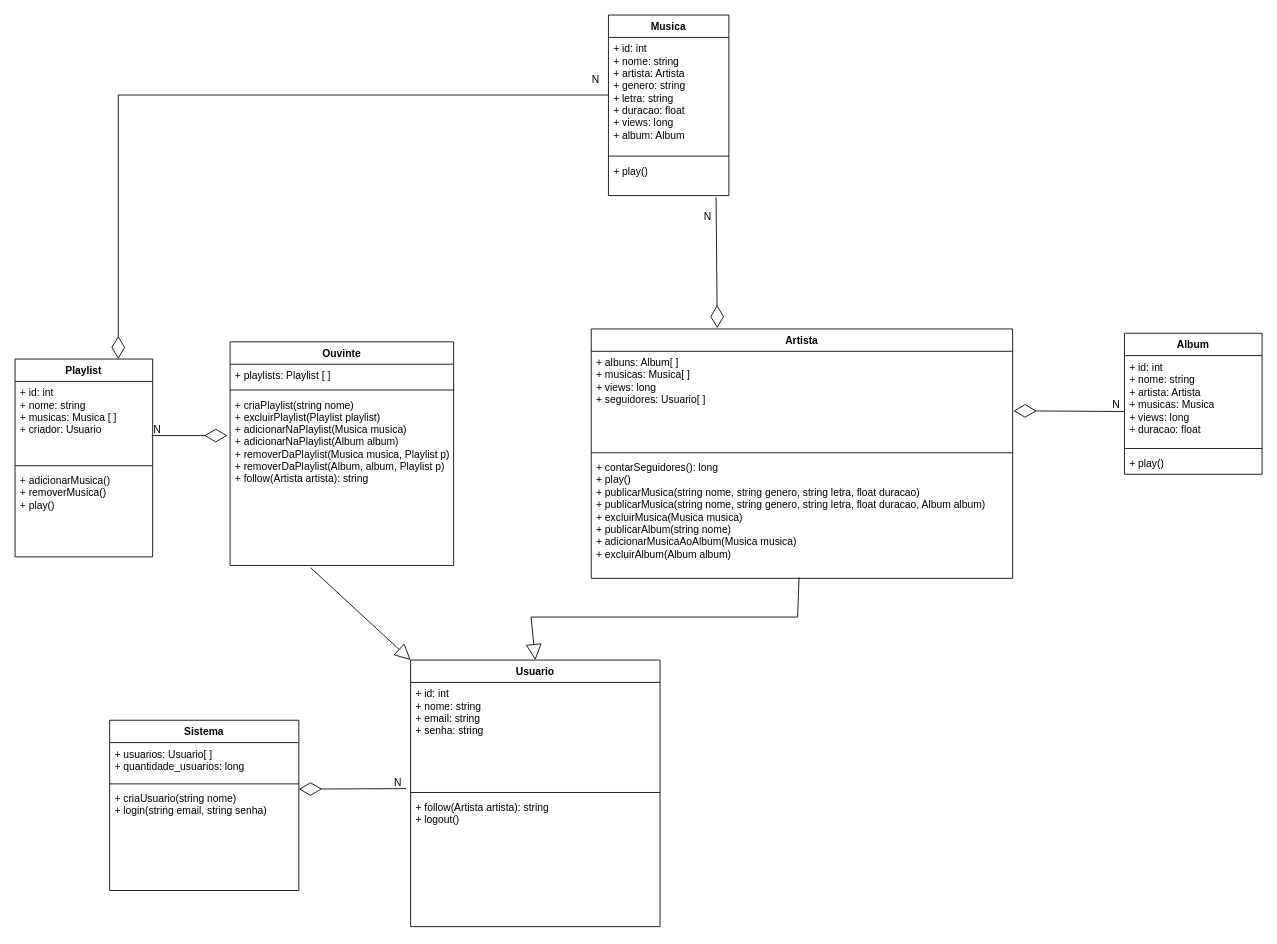
Before: TP-PDS2.drawio in bbiancalopess/TP2_biblioteca_de_musica, a draw.io diagram. Source tidied: cells renumbered, new cells numbered last; positions are measured from the earlier drawing's top-left corner, leaving out a move shared by most shapes. Both pictures are drawn from the tidied source at 86%, with x=0, y=0 at pixel (15, 15).
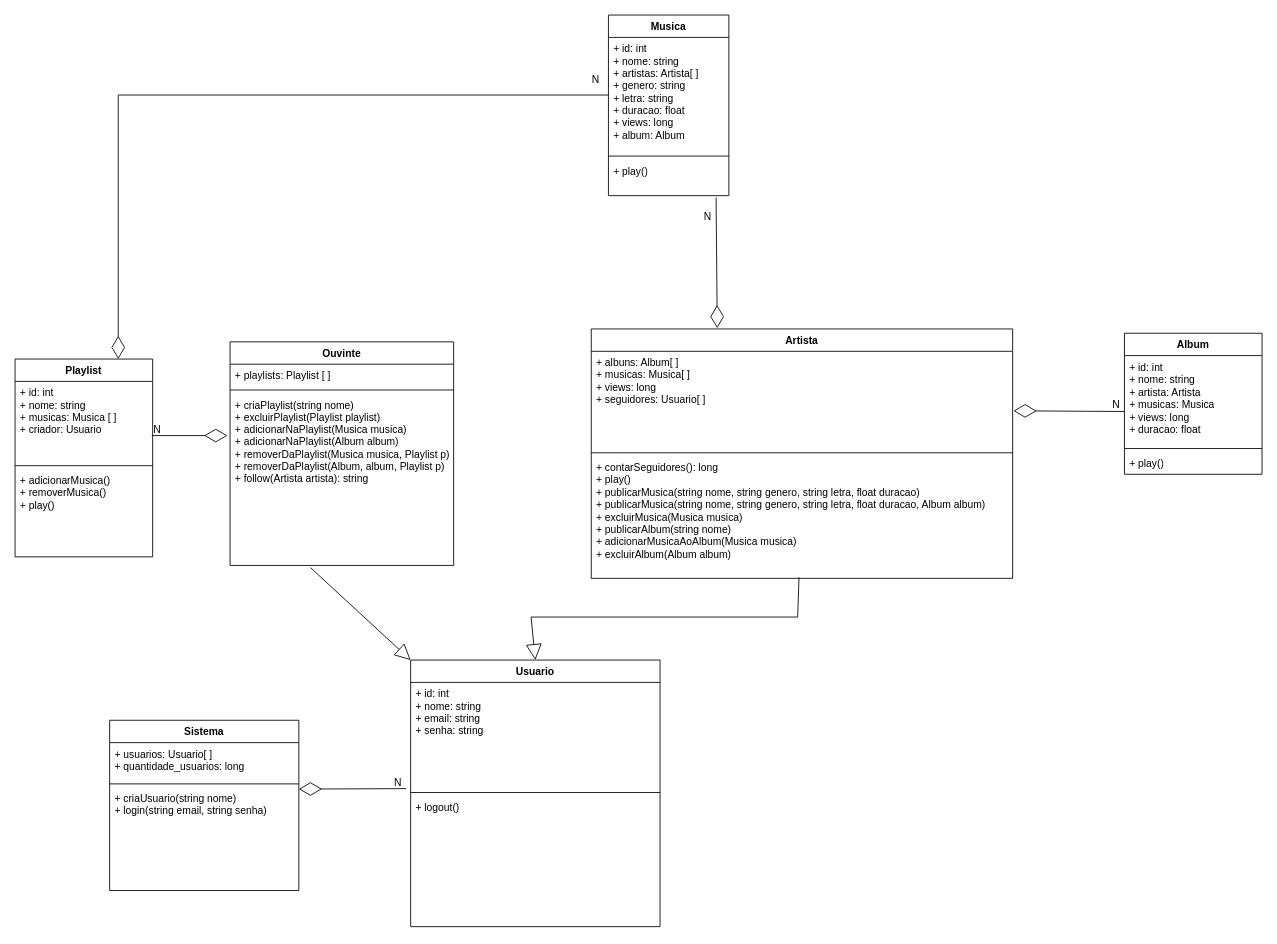
The same page after the edit.

Unchanged cells that the change refers to:
```xml
<mxCell id="2" value="Musica" style="swimlane;fontStyle=1;align=center;verticalAlign=top;horizontal=1;startSize=26;whiteSpace=wrap;html=1;" parent="1" vertex="1">
  <mxGeometry x="690" width="140" height="210" as="geometry" />
</mxCell>
<mxCell id="10" value="Usuario" style="swimlane;fontStyle=1;align=center;verticalAlign=top;horizontal=1;startSize=26;whiteSpace=wrap;html=1;" parent="1" vertex="1">
  <mxGeometry x="460" y="750" width="290" height="310" as="geometry" />
</mxCell>
```

Diff of the diagram source:
```diff
@@
-    <mxCell id="3" value="+ id: int&lt;br&gt;+ nome: string&lt;br&gt;+ artista: Artista&lt;br&gt;+ genero: string&lt;br&gt;+ letra: string&lt;div&gt;+ duracao: float&lt;br&gt;+ views: long&lt;br&gt;+ album: Album&lt;/div&gt;" style="text;strokeColor=none;fillColor=none;align=left;verticalAlign=top;spacingLeft=4;spacingRight=4;overflow=hidden;points=[[0,0.5],[1,0.5]];portConstraint=eastwest;whiteSpace=wrap;html=1;" parent="2" vertex="1">
+    <mxCell id="3" value="+ id: int&lt;br&gt;+ nome: string&lt;br&gt;+ artistas: Artista[ ]&lt;br&gt;+ genero: string&lt;br&gt;+ letra: string&lt;div&gt;+ duracao: float&lt;br&gt;+ views: long&lt;br&gt;+ album: Album&lt;/div&gt;" style="text;strokeColor=none;fillColor=none;align=left;verticalAlign=top;spacingLeft=4;spacingRight=4;overflow=hidden;points=[[0,0.5],[1,0.5]];portConstraint=eastwest;whiteSpace=wrap;html=1;" parent="2" vertex="1">
       <mxGeometry y="26" width="140" height="134" as="geometry" />
     </mxCell>
@@
-    <mxCell id="13" value="+ follow(Artista artista): string&lt;br&gt;+ logout()" style="text;strokeColor=none;fillColor=none;align=left;verticalAlign=top;spacingLeft=4;spacingRight=4;overflow=hidden;whiteSpace=wrap;html=1;" parent="10" vertex="1">
+    <mxCell id="13" value="+ logout()" style="text;strokeColor=none;fillColor=none;align=left;verticalAlign=top;spacingLeft=4;spacingRight=4;overflow=hidden;whiteSpace=wrap;html=1;" parent="10" vertex="1">
       <mxGeometry y="158" width="290" height="152" as="geometry" />
     </mxCell>
```
